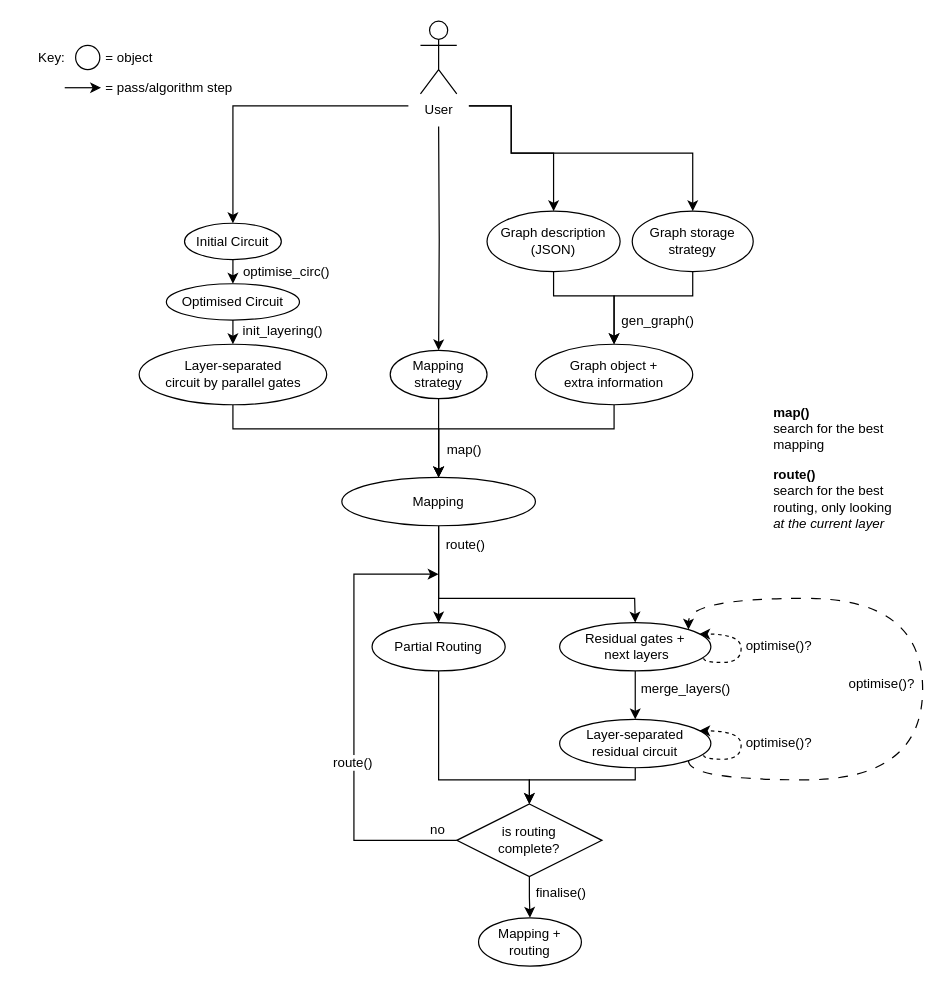
Earlier version of the draw.io diagram page "Sequence diagram" (2 of 2) of UML.drawio (AlessandroRuzza/Fault-Tolerant-Quantum-Compiler). Source tidied: cells renumbered, new cells numbered last; positions are measured from the earlier drawing's top-left corner, leaving out a move shared by most shapes. Both pictures are drawn from the tidied source at 121%, with x=0, y=0 at pixel (21, 21).
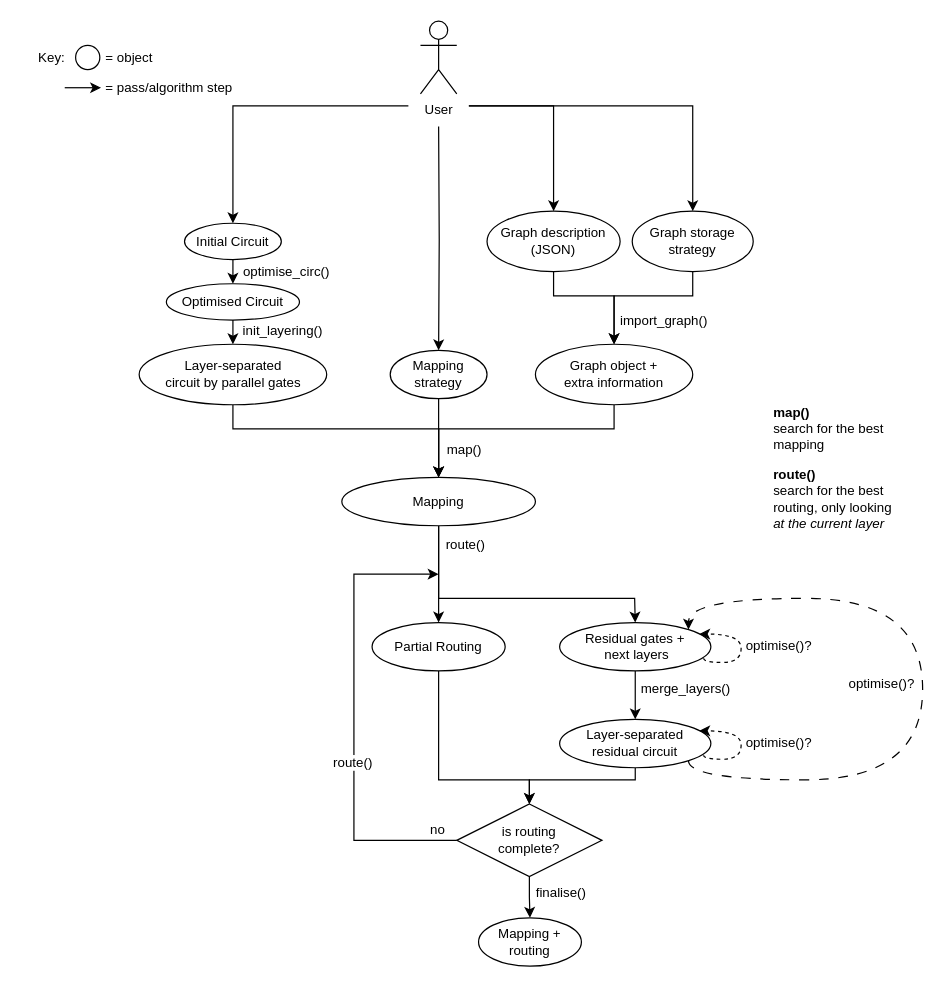
After the change.

Commit message:
improve diagram

Unchanged cells that the change refers to:
```xml
<mxCell id="16" value="Graph description &lt;br&gt;(JSON)" style="ellipse;whiteSpace=wrap;html=1;fontFamily=Helvetica;fontSize=11;fontColor=default;labelBackgroundColor=default;" parent="1" vertex="1">
  <mxGeometry x="385" y="157" width="110" height="50" as="geometry" />
</mxCell>
<mxCell id="17" style="edgeStyle=orthogonalEdgeStyle;shape=connector;curved=0;rounded=0;html=1;exitX=0.5;exitY=1;exitDx=0;exitDy=0;strokeColor=default;align=center;verticalAlign=middle;fontFamily=Helvetica;fontSize=11;fontColor=default;labelBackgroundColor=default;endArrow=classic;endFill=1;" parent="1" edge="1" source="19" target="22">
  <mxGeometry relative="1" as="geometry">
    <Array as="points">
      <mxPoint x="555" y="227" />
      <mxPoint x="490" y="227" />
    </Array>
  </mxGeometry>
</mxCell>
<mxCell id="19" value="Graph storage&lt;br&gt;strategy" style="ellipse;whiteSpace=wrap;html=1;fontFamily=Helvetica;fontSize=11;fontColor=default;labelBackgroundColor=default;" parent="1" vertex="1">
  <mxGeometry x="505" y="157" width="100" height="50" as="geometry" />
</mxCell>
<mxCell id="33" value="User" style="shape=umlActor;verticalLabelPosition=bottom;verticalAlign=top;html=1;outlineConnect=0;fontFamily=Helvetica;fontSize=11;fontColor=default;labelBackgroundColor=default;perimeterSpacing=10;" parent="1" vertex="1">
  <mxGeometry x="330" width="30" height="60" as="geometry" />
</mxCell>
```

Change to the diagram source:
```diff
@@
-    <mxCell id="18" value="gen_graph()" style="edgeLabel;html=1;align=center;verticalAlign=middle;fontFamily=Helvetica;fontSize=11;fontColor=default;labelBackgroundColor=default;" parent="17" vertex="1">
+    <mxCell id="18" value="import_graph()" style="edgeLabel;html=1;align=center;verticalAlign=middle;fontFamily=Helvetica;fontSize=11;fontColor=default;labelBackgroundColor=default;" parent="17" vertex="1">
       <mxGeometry x="0.56" relative="1" as="geometry">
-        <mxPoint x="35" y="7" as="offset" />
+        <mxPoint x="40" y="7" as="offset" />
       </mxGeometry>
     </mxCell>
@@
     <mxCell id="30" style="edgeStyle=orthogonalEdgeStyle;shape=connector;curved=0;rounded=0;html=1;exitX=1;exitY=1;exitDx=0;exitDy=0;exitPerimeter=0;entryX=0.5;entryY=0;entryDx=0;entryDy=0;strokeColor=default;align=center;verticalAlign=middle;fontFamily=Helvetica;fontSize=11;fontColor=default;labelBackgroundColor=default;endArrow=classic;endFill=1;" parent="1" edge="1" source="33" target="19">
       <mxGeometry relative="1" as="geometry">
         <Array as="points">
-          <mxPoint x="405" y="70" />
-          <mxPoint x="405" y="109" />
-          <mxPoint x="555" y="109" />
+          <mxPoint x="555" y="70" />
         </Array>
       </mxGeometry>
     </mxCell>
     <mxCell id="31" style="edgeStyle=orthogonalEdgeStyle;shape=connector;curved=0;rounded=0;html=1;exitX=1;exitY=1;exitDx=0;exitDy=0;exitPerimeter=0;strokeColor=default;align=center;verticalAlign=middle;fontFamily=Helvetica;fontSize=11;fontColor=default;labelBackgroundColor=default;endArrow=classic;endFill=1;" parent="1" edge="1" source="33" target="16">
       <mxGeometry relative="1" as="geometry">
         <Array as="points">
-          <mxPoint x="405" y="70" />
-          <mxPoint x="405" y="109" />
-          <mxPoint x="440" y="109" />
+          <mxPoint x="440" y="70" />
         </Array>
       </mxGeometry>
     </mxCell>
```
